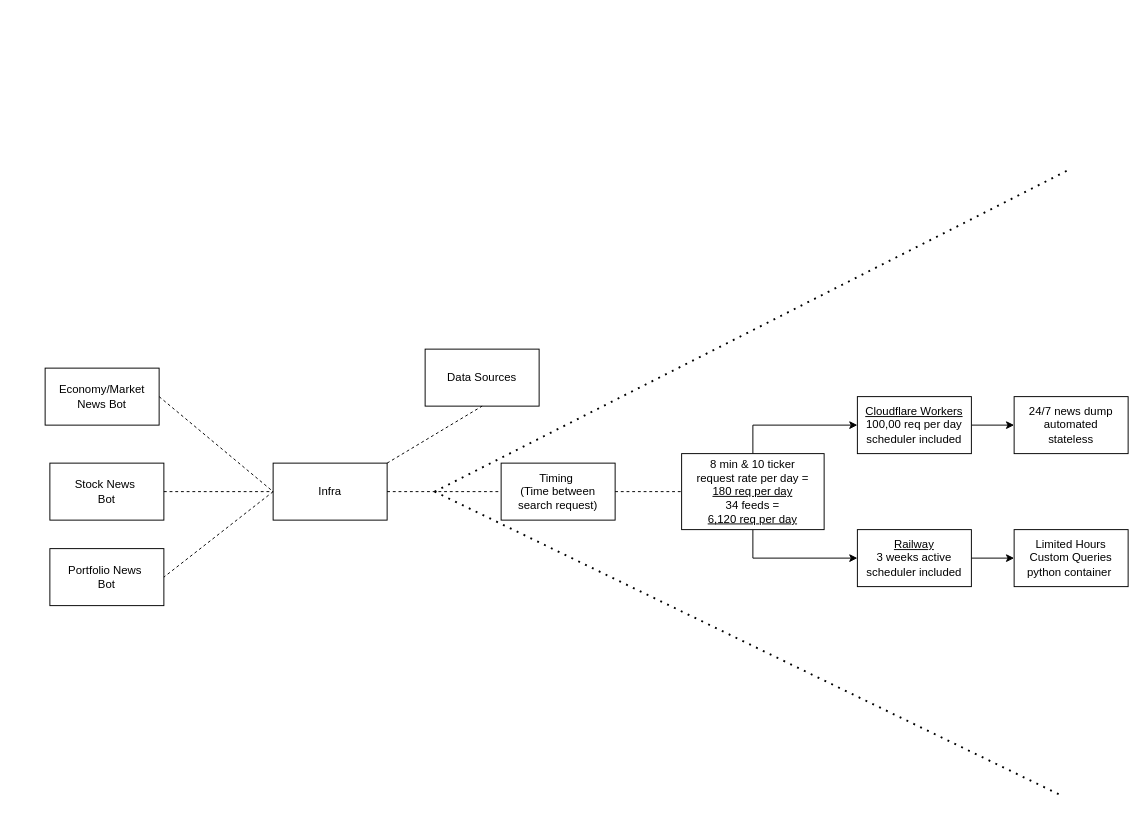
Before: Diagrams/Stock_News_Bot_Infra.drawio in JackFurmy/Stck_Repo, a draw.io diagram. Source tidied: cells renumbered, new cells numbered last; positions are measured from the earlier drawing's top-left corner, leaving out a move shared by most shapes. Both pictures are drawn from the tidied source at 95%, with x=0, y=0 at pixel (45, 168).
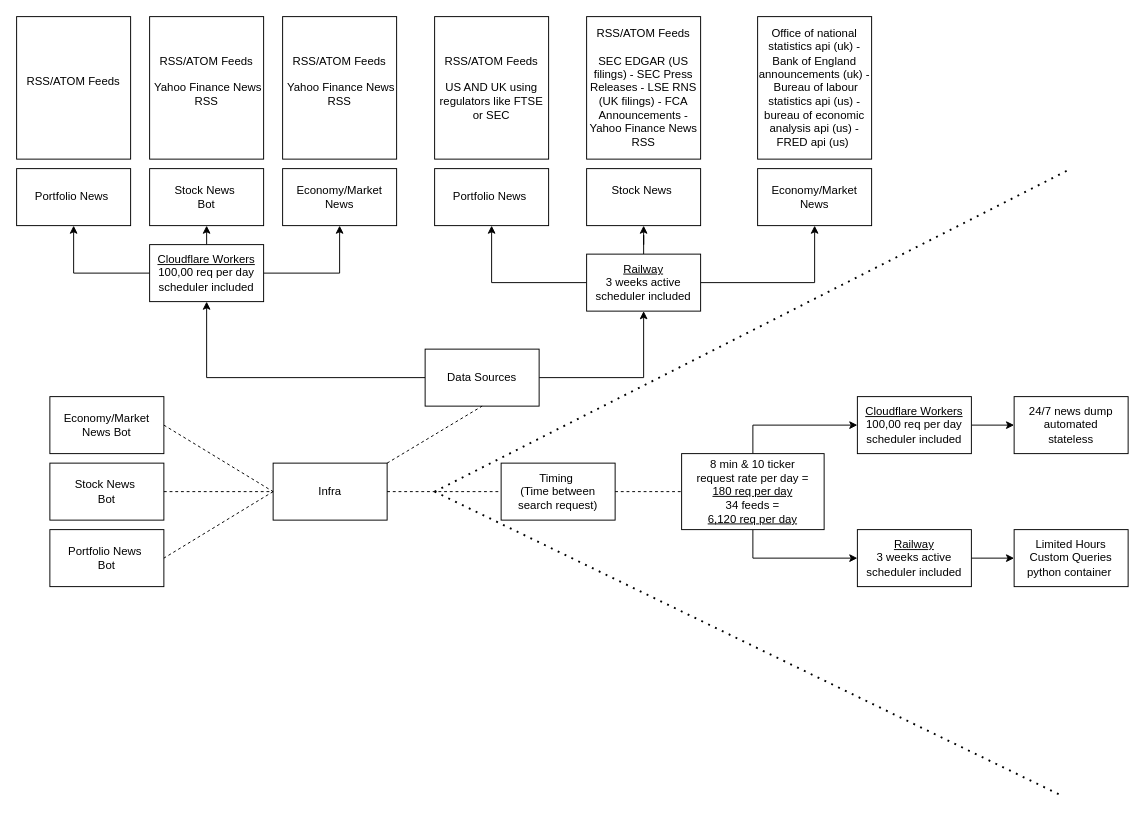
After the change.

The change refers to these unchanged cells:
```xml
<mxCell id="23" value="Data Sources" style="rounded=0;whiteSpace=wrap;html=1;" parent="1" vertex="1">
  <mxGeometry x="400" y="190" width="120" height="60" as="geometry" />
</mxCell>
```

Diff of the diagram source:
```diff
@@
     <mxCell id="19" value="Economy/Market News Bot" style="rounded=0;whiteSpace=wrap;html=1;" parent="1" vertex="1">
-      <mxGeometry y="210" width="120" height="60" as="geometry" />
+      <mxGeometry x="5" y="240" width="120" height="60" as="geometry" />
     </mxCell>
     <mxCell id="20" value="Portfolio News&amp;nbsp;&lt;div&gt;Bot&lt;/div&gt;" style="rounded=0;whiteSpace=wrap;html=1;" parent="1" vertex="1">
-      <mxGeometry x="5" y="400" width="120" height="60" as="geometry" />
+      <mxGeometry x="5" y="380" width="120" height="60" as="geometry" />
     </mxCell>
@@
+    <mxCell id="25" style="edgeStyle=orthogonalEdgeStyle;rounded=0;jettySize=auto;html=1;entryX=0.5;entryY=1;entryDx=0;entryDy=0;" parent="1" edge="1" source="23" target="30">
+      <mxGeometry relative="1" as="geometry" />
+    </mxCell>
+    <mxCell id="26" style="edgeStyle=orthogonalEdgeStyle;rounded=0;jettySize=auto;html=1;entryX=0.5;entryY=1;entryDx=0;entryDy=0;exitX=1;exitY=0.5;exitDx=0;exitDy=0;" parent="1" edge="1" source="23" target="34">
+      <mxGeometry relative="1" as="geometry" />
+    </mxCell>
@@
+    <mxCell id="27" style="edgeStyle=orthogonalEdgeStyle;rounded=0;jettySize=auto;html=1;entryX=0.5;entryY=1;entryDx=0;entryDy=0;exitX=1;exitY=0.5;exitDx=0;exitDy=0;" parent="1" edge="1" source="30" target="38">
+      <mxGeometry relative="1" as="geometry" />
+    </mxCell>
+    <mxCell id="28" style="edgeStyle=orthogonalEdgeStyle;rounded=0;jettySize=auto;html=1;entryX=0.5;entryY=1;entryDx=0;entryDy=0;" parent="1" edge="1" source="30" target="40">
+      <mxGeometry relative="1" as="geometry" />
+    </mxCell>
+    <mxCell id="29" style="edgeStyle=orthogonalEdgeStyle;rounded=0;jettySize=auto;html=1;exitX=0.5;exitY=0;exitDx=0;exitDy=0;entryX=0.5;entryY=1;entryDx=0;entryDy=0;" parent="1" edge="1" source="30" target="39">
+      <mxGeometry relative="1" as="geometry" />
+    </mxCell>
+    <mxCell id="30" value="&lt;u&gt;Cloudflare Workers&lt;/u&gt;&lt;div&gt;100,00 req per day&lt;/div&gt;&lt;div&gt;scheduler included&lt;/div&gt;" style="rounded=0;whiteSpace=wrap;html=1;" parent="1" vertex="1">
+      <mxGeometry x="110" y="80" width="120" height="60" as="geometry" />
+    </mxCell>
+    <mxCell id="31" style="edgeStyle=orthogonalEdgeStyle;rounded=0;jettySize=auto;html=1;entryX=0.5;entryY=1;entryDx=0;entryDy=0;" parent="1" edge="1" source="34" target="37">
+      <mxGeometry relative="1" as="geometry" />
+    </mxCell>
+    <mxCell id="32" style="edgeStyle=orthogonalEdgeStyle;rounded=0;jettySize=auto;html=1;entryX=0.5;entryY=1;entryDx=0;entryDy=0;" parent="1" edge="1" source="34" target="35">
+      <mxGeometry relative="1" as="geometry" />
+    </mxCell>
+    <mxCell id="33" style="edgeStyle=orthogonalEdgeStyle;rounded=0;jettySize=auto;html=1;entryX=0.5;entryY=1;entryDx=0;entryDy=0;" parent="1" edge="1" source="34" target="36">
+      <mxGeometry relative="1" as="geometry" />
+    </mxCell>
+    <mxCell id="34" value="&lt;u&gt;Railway&lt;/u&gt;&lt;div&gt;3 weeks active&lt;/div&gt;&lt;div&gt;scheduler included&lt;/div&gt;" style="rounded=0;whiteSpace=wrap;html=1;" parent="1" vertex="1">
+      <mxGeometry x="570" y="90" width="120" height="60" as="geometry" />
+    </mxCell>
+    <mxCell id="35" value="Stock News&amp;nbsp;&lt;div&gt;&lt;br&gt;&lt;/div&gt;" style="rounded=0;whiteSpace=wrap;html=1;" parent="1" vertex="1">
+      <mxGeometry x="570" width="120" height="60" as="geometry" />
+    </mxCell>
+    <mxCell id="36" value="Economy/Market News" style="rounded=0;whiteSpace=wrap;html=1;" parent="1" vertex="1">
+      <mxGeometry x="750" width="120" height="60" as="geometry" />
+    </mxCell>
+    <mxCell id="37" value="Portfolio News&amp;nbsp;" style="rounded=0;whiteSpace=wrap;html=1;" parent="1" vertex="1">
+      <mxGeometry x="410" width="120" height="60" as="geometry" />
+    </mxCell>
+    <mxCell id="38" value="Economy/Market News" style="rounded=0;whiteSpace=wrap;html=1;" parent="1" vertex="1">
+      <mxGeometry x="250" width="120" height="60" as="geometry" />
+    </mxCell>
+    <mxCell id="39" value="Stock News&amp;nbsp;&lt;div&gt;Bot&lt;/div&gt;" style="rounded=0;whiteSpace=wrap;html=1;" parent="1" vertex="1">
+      <mxGeometry x="110" width="120" height="60" as="geometry" />
+    </mxCell>
+    <mxCell id="40" value="Portfolio News&amp;nbsp;" style="rounded=0;whiteSpace=wrap;html=1;" parent="1" vertex="1">
+      <mxGeometry x="-30" width="120" height="60" as="geometry" />
+    </mxCell>
+    <mxCell id="41" value="&lt;div&gt;RSS/ATOM Feeds&lt;/div&gt;&lt;div&gt;&lt;br&gt;&lt;/div&gt;&lt;div&gt;US AND UK using regulators like FTSE or SEC&lt;/div&gt;" style="rounded=0;whiteSpace=wrap;html=1;" parent="1" vertex="1">
+      <mxGeometry x="410" y="-160" width="120" height="150" as="geometry" />
+    </mxCell>
+    <mxCell id="42" value="&lt;div&gt;RSS/ATOM Feeds&lt;/div&gt;&lt;div&gt;&lt;br&gt;&lt;/div&gt;SEC EDGAR (US filings) - SEC Press Releases - LSE RNS (UK filings) - FCA Announcements - Yahoo Finance News RSS" style="rounded=0;whiteSpace=wrap;html=1;" parent="1" vertex="1">
+      <mxGeometry x="570" y="-160" width="120" height="150" as="geometry" />
+    </mxCell>
+    <mxCell id="43" value="&lt;div&gt;Office of national statistics api (uk) - Bank of England announcements (uk) - &amp;nbsp;Bureau of labour statistics api (us) - bureau of economic analysis api (us) - FRED api (us)&amp;nbsp;&lt;/div&gt;" style="rounded=0;whiteSpace=wrap;html=1;" parent="1" vertex="1">
+      <mxGeometry x="750" y="-160" width="120" height="150" as="geometry" />
+    </mxCell>
+    <mxCell id="44" value="&lt;div&gt;RSS/ATOM Feeds&lt;/div&gt;&lt;div&gt;&lt;br&gt;&lt;/div&gt;&lt;div&gt;&amp;nbsp;Yahoo Finance News RSS&lt;br&gt;&lt;/div&gt;&lt;div&gt;&lt;br&gt;&lt;/div&gt;" style="rounded=0;whiteSpace=wrap;html=1;" parent="1" vertex="1">
+      <mxGeometry x="110" y="-160" width="120" height="150" as="geometry" />
+    </mxCell>
+    <mxCell id="45" value="&lt;div&gt;RSS/ATOM Feeds&lt;/div&gt;&lt;div&gt;&lt;br&gt;&lt;/div&gt;" style="rounded=0;whiteSpace=wrap;html=1;" parent="1" vertex="1">
+      <mxGeometry x="-30" y="-160" width="120" height="150" as="geometry" />
+    </mxCell>
+    <mxCell id="46" value="&lt;div&gt;RSS/ATOM Feeds&lt;/div&gt;&lt;div&gt;&lt;br&gt;&lt;/div&gt;&lt;div&gt;&amp;nbsp;Yahoo Finance News RSS&lt;br&gt;&lt;/div&gt;&lt;div&gt;&lt;br&gt;&lt;/div&gt;" style="rounded=0;whiteSpace=wrap;html=1;" parent="1" vertex="1">
+      <mxGeometry x="250" y="-160" width="120" height="150" as="geometry" />
+    </mxCell>
```
